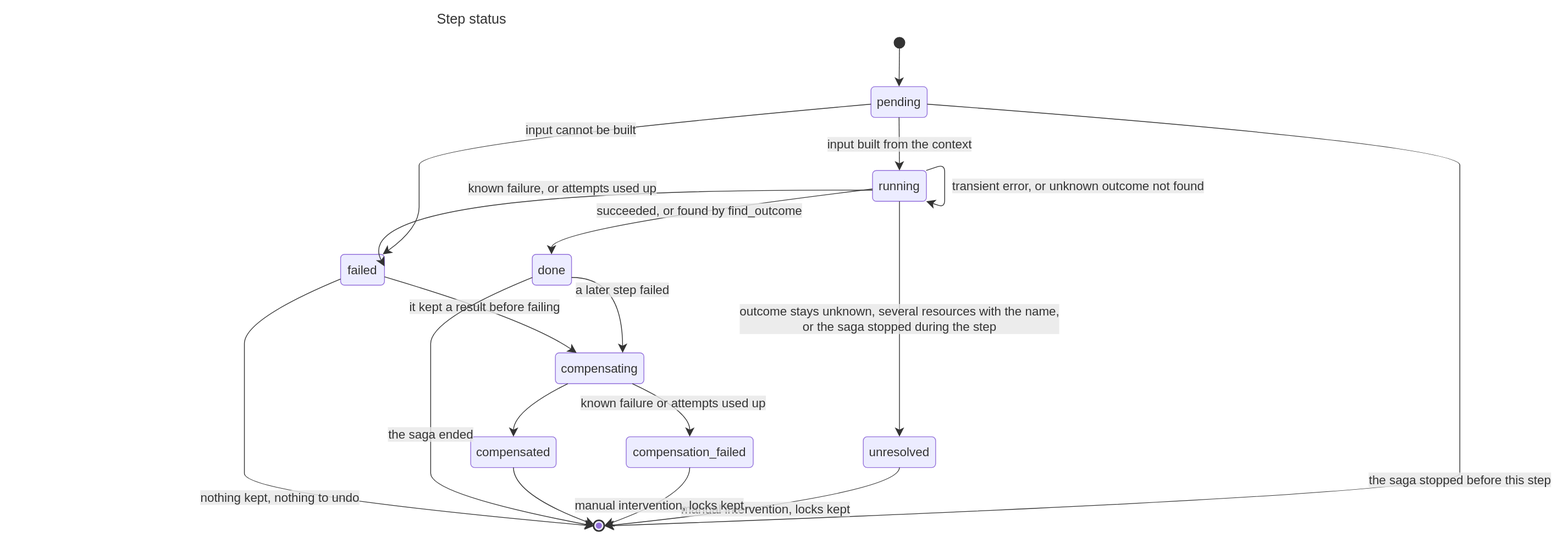
Above: docs/diagrams/15-state-step.drawio.svg in EliShteinman/redis-enterprise-services (draw.io), before the change. Source tidied: cells renumbered, new cells last; positions are measured from the earlier drawing's top-left corner, leaving out a move shared by most shapes.
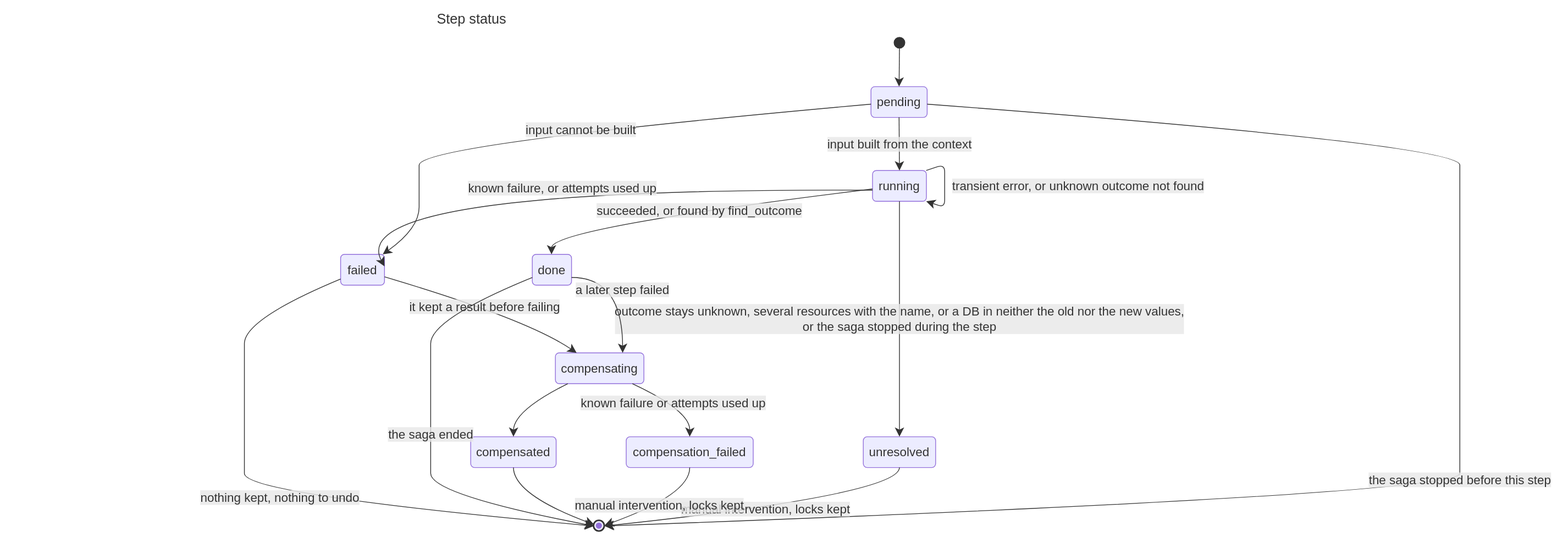
The same diagram one commit later.

What changed in the source:
```diff
@@ -85,7 +85,7 @@
         </Array>
       </mxGeometry>
     </mxCell>
-    <mxCell id="19" value="outcome stays unknown, several resources with the name,&#10;or the saga stopped during the step" style="curved=1;startArrow=none;endArrow=classic;endSize=9;fillColor=none;strokeColor=light-dark(#333333,#cccccc);html=1;fontSize=16;labelBackgroundColor=#E8E8E88D;fontFamily=Trebuchet MS,Verdana,Arial,sans-serif;fontColor=light-dark(#333333,#cccccc);exitX=0.5;exitY=1;entryX=0.5;entryY=0;" parent="1" edge="1" source="5" target="8">
+    <mxCell id="19" value="outcome stays unknown, several resources with the name, or a DB in neither the old nor the new values,&#10;or the saga stopped during the step" style="curved=1;startArrow=none;endArrow=classic;endSize=9;fillColor=none;strokeColor=light-dark(#333333,#cccccc);html=1;fontSize=16;labelBackgroundColor=#E8E8E88D;fontFamily=Trebuchet MS,Verdana,Arial,sans-serif;fontColor=light-dark(#333333,#cccccc);exitX=0.5;exitY=1;entryX=0.5;entryY=0;" parent="1" edge="1" source="5" target="8">
       <mxGeometry relative="1" as="geometry" />
     </mxCell>
     <mxCell id="20" value="a later step failed" style="curved=1;startArrow=none;endArrow=classic;endSize=9;fillColor=none;strokeColor=light-dark(#333333,#cccccc);html=1;fontSize=16;labelBackgroundColor=#E8E8E88D;fontFamily=Trebuchet MS,Verdana,Arial,sans-serif;fontColor=light-dark(#333333,#cccccc);exitX=1;exitY=0.75;entryX=0.76;entryY=0;" parent="1" edge="1" source="7" target="9">
```
